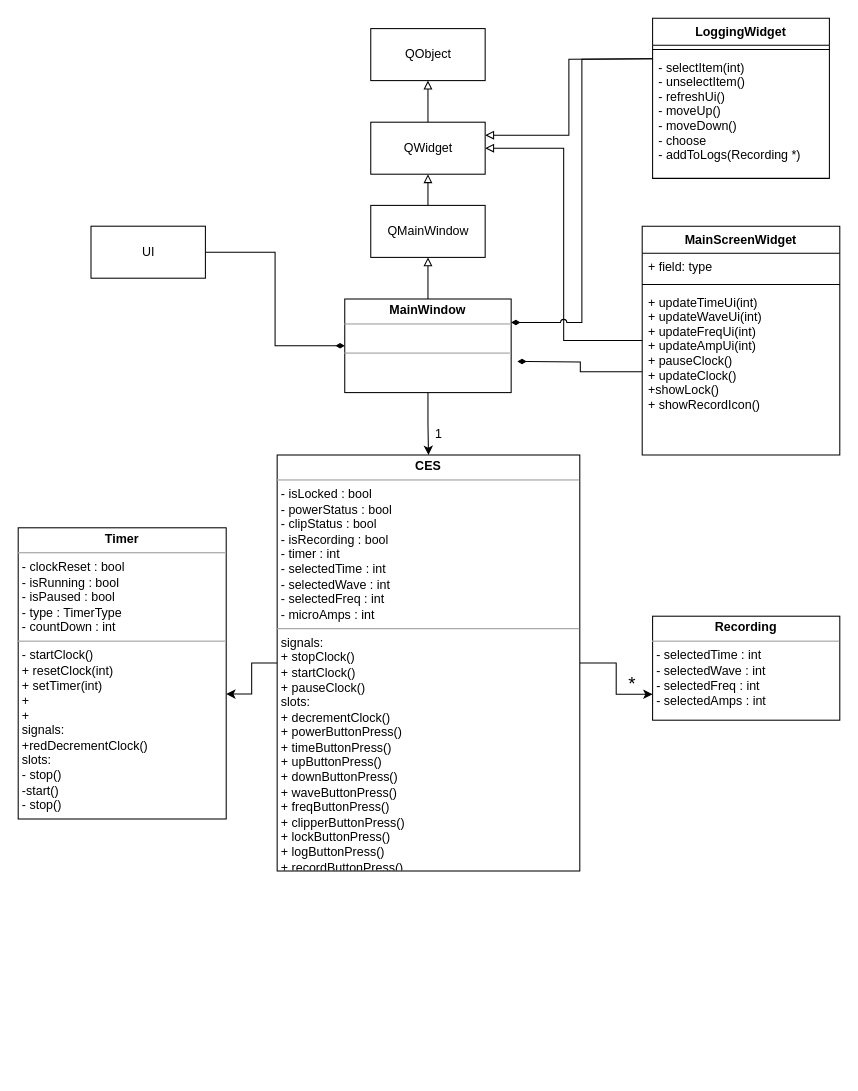
The draw.io diagram Documentation/diagrams.drawio in willwright1213/CESSimulator, before the edit. Source tidied: cells renumbered, new cells numbered last; positions are measured from the earlier drawing's top-left corner, leaving out a move shared by most shapes. Both pictures are drawn from the tidied source at 104%, with x=0, y=0 at pixel (18, 18).
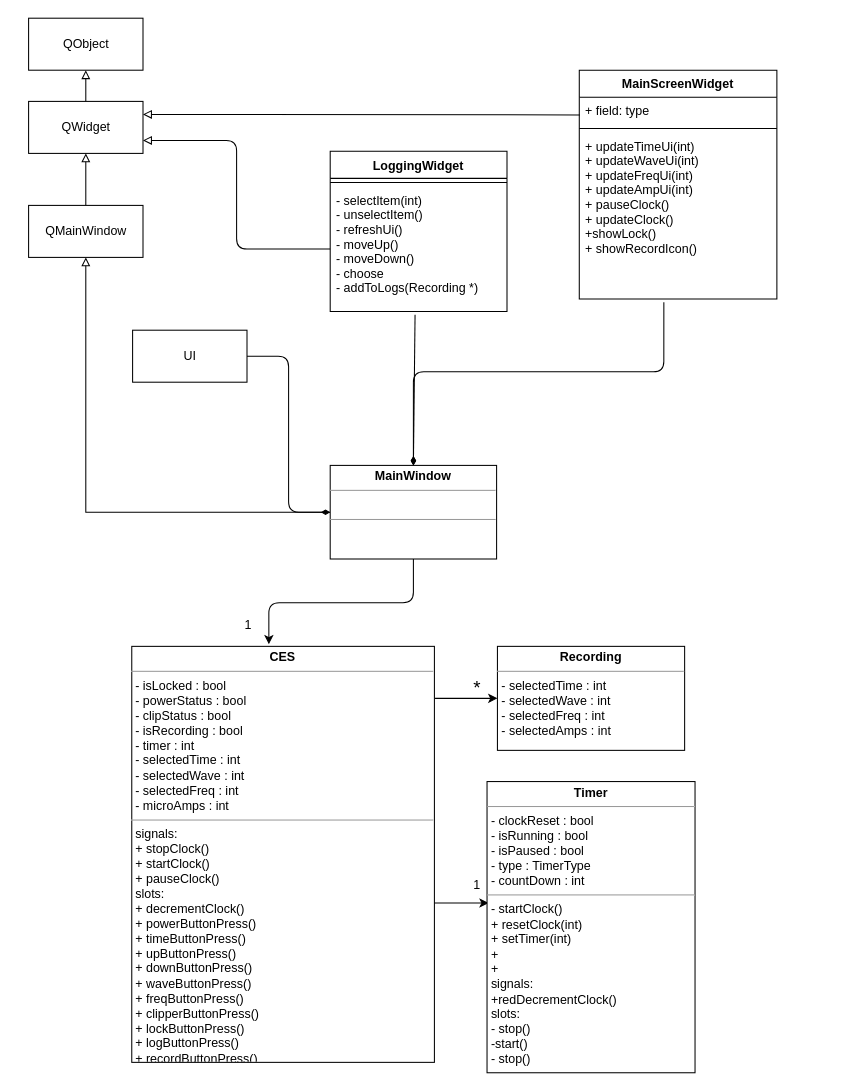
After the change.

Commit message (it also covers changes not shown here):
adjusted uml diagram arragement

Unchanged cells that the change refers to:
```xml
<mxCell id="23" value="+ updateTimeUi(int)&#10;+ updateWaveUi(int)&#10;+ updateFreqUi(int)&#10;+ updateAmpUi(int)&#10;+ pauseClock()&#10;+ updateClock()&#10;+showLock()&#10;+ showRecordIcon()&#10;" style="text;strokeColor=none;fillColor=none;align=left;verticalAlign=top;spacingLeft=4;spacingRight=4;overflow=hidden;points=[[0,0.5],[1,0.5]];portConstraint=eastwest;" parent="20" vertex="1">
  <mxGeometry y="60" width="190" height="160" as="geometry" />
</mxCell>
<mxCell id="27" value="- selectItem(int)&#10;- unselectItem()&#10;- refreshUi()&#10;- moveUp()&#10;- moveDown()&#10;- choose&#10;- addToLogs(Recording *)" style="text;strokeColor=none;fillColor=none;align=left;verticalAlign=top;spacingLeft=4;spacingRight=4;overflow=hidden;points=[[0,0.5],[1,0.5]];portConstraint=eastwest;" parent="25" vertex="1">
  <mxGeometry y="34" width="170" height="120" as="geometry" />
</mxCell>
```

What changed in the source:
```diff
@@
-    <mxCell id="3" style="edgeStyle=orthogonalEdgeStyle;rounded=0;jettySize=auto;html=1;entryX=0.5;entryY=0;entryDx=0;entryDy=0;endArrow=classic;endFill=1;" parent="1" edge="1" source="4" target="7">
+    <mxCell id="3" style="rounded=1;jettySize=auto;html=1;entryX=0.453;entryY=-0.005;entryDx=0;entryDy=0;endArrow=classic;endFill=1;entryPerimeter=0;edgeStyle=orthogonalEdgeStyle;" parent="1" edge="1" source="4" target="7">
       <mxGeometry relative="1" as="geometry" />
     </mxCell>
     <mxCell id="4" value="&lt;p style=&quot;margin: 0px ; margin-top: 4px ; text-align: center&quot;&gt;&lt;b&gt;MainWindow&lt;/b&gt;&lt;/p&gt;&lt;hr size=&quot;1&quot;&gt;&lt;p style=&quot;margin: 0px ; margin-left: 4px&quot;&gt;&lt;br&gt;&lt;/p&gt;&lt;hr size=&quot;1&quot;&gt;&lt;p style=&quot;margin: 0px ; margin-left: 4px&quot;&gt;&lt;br&gt;&lt;/p&gt;" style="verticalAlign=top;align=left;overflow=fill;fontSize=12;fontFamily=Helvetica;html=1;" parent="1" vertex="1">
-      <mxGeometry x="314" y="270" width="160" height="90" as="geometry" />
+      <mxGeometry x="300" y="430" width="160" height="90" as="geometry" />
     </mxCell>
-    <mxCell id="5" style="edgeStyle=orthogonalEdgeStyle;rounded=0;jettySize=auto;html=1;entryX=0;entryY=0.75;entryDx=0;entryDy=0;endArrow=classic;endFill=1;" parent="1" edge="1" source="7" target="8">
-      <mxGeometry relative="1" as="geometry" />
+    <mxCell id="5" style="rounded=0;jettySize=auto;html=1;entryX=0;entryY=0.5;entryDx=0;entryDy=0;endArrow=classic;endFill=1;" parent="1" edge="1" target="8">
+      <mxGeometry relative="1" as="geometry">
+        <mxPoint x="400.8" y="654" as="sourcePoint" />
+      </mxGeometry>
     </mxCell>
-    <mxCell id="6" style="edgeStyle=orthogonalEdgeStyle;rounded=0;jettySize=auto;html=1;entryX=1;entryY=0.571;entryDx=0;entryDy=0;entryPerimeter=0;endArrow=classic;endFill=1;" parent="1" edge="1" source="7" target="9">
+    <mxCell id="6" style="rounded=0;jettySize=auto;html=1;entryX=0.008;entryY=0.417;entryDx=0;entryDy=0;endArrow=classic;endFill=1;exitX=0.998;exitY=0.617;exitDx=0;exitDy=0;exitPerimeter=0;entryPerimeter=0;" parent="1" edge="1" source="7" target="9">
       <mxGeometry relative="1" as="geometry" />
     </mxCell>
     <mxCell id="7" value="&lt;p style=&quot;margin: 0px ; margin-top: 4px ; text-align: center&quot;&gt;&lt;b&gt;CES&lt;/b&gt;&lt;/p&gt;&lt;hr size=&quot;1&quot;&gt;&lt;p style=&quot;margin: 0px ; margin-left: 4px&quot;&gt;- isLocked : bool&lt;/p&gt;&lt;p style=&quot;margin: 0px ; margin-left: 4px&quot;&gt;- powerStatus : bool&lt;/p&gt;&lt;p style=&quot;margin: 0px ; margin-left: 4px&quot;&gt;- clipStatus : bool&lt;/p&gt;&lt;p style=&quot;margin: 0px ; margin-left: 4px&quot;&gt;- isRecording : bool&lt;/p&gt;&lt;p style=&quot;margin: 0px ; margin-left: 4px&quot;&gt;- timer : int&lt;/p&gt;&lt;p style=&quot;margin: 0px ; margin-left: 4px&quot;&gt;- selectedTime : int&lt;/p&gt;&lt;p style=&quot;margin: 0px ; margin-left: 4px&quot;&gt;- selectedWave : int&lt;/p&gt;&lt;p style=&quot;margin: 0px ; margin-left: 4px&quot;&gt;- selectedFreq : int&lt;/p&gt;&lt;p style=&quot;margin: 0px ; margin-left: 4px&quot;&gt;- microAmps : int&lt;/p&gt;&lt;hr size=&quot;1&quot;&gt;&lt;p style=&quot;margin: 0px ; margin-left: 4px&quot;&gt;signals:&lt;/p&gt;&lt;p style=&quot;margin: 0px ; margin-left: 4px&quot;&gt;+ stopClock()&lt;/p&gt;&lt;p style=&quot;margin: 0px ; margin-left: 4px&quot;&gt;+ startClock()&lt;/p&gt;&lt;p style=&quot;margin: 0px ; margin-left: 4px&quot;&gt;+ pauseClock()&lt;/p&gt;&lt;p style=&quot;margin: 0px ; margin-left: 4px&quot;&gt;slots:&lt;/p&gt;&lt;p style=&quot;margin: 0px ; margin-left: 4px&quot;&gt;+ decrementClock()&lt;/p&gt;&lt;p style=&quot;margin: 0px ; margin-left: 4px&quot;&gt;+ powerButtonPress()&lt;/p&gt;&lt;p style=&quot;margin: 0px ; margin-left: 4px&quot;&gt;+ timeButtonPress()&lt;/p&gt;&lt;p style=&quot;margin: 0px ; margin-left: 4px&quot;&gt;+ upButtonPress()&lt;/p&gt;&lt;p style=&quot;margin: 0px ; margin-left: 4px&quot;&gt;+ downButtonPress()&lt;/p&gt;&lt;p style=&quot;margin: 0px ; margin-left: 4px&quot;&gt;+ waveButtonPress()&lt;/p&gt;&lt;p style=&quot;margin: 0px ; margin-left: 4px&quot;&gt;+ freqButtonPress()&lt;/p&gt;&lt;p style=&quot;margin: 0px ; margin-left: 4px&quot;&gt;+ clipperButtonPress()&lt;/p&gt;&lt;p style=&quot;margin: 0px ; margin-left: 4px&quot;&gt;+ lockButtonPress()&lt;/p&gt;&lt;p style=&quot;margin: 0px ; margin-left: 4px&quot;&gt;+ logButtonPress()&lt;/p&gt;&lt;p style=&quot;margin: 0px ; margin-left: 4px&quot;&gt;+ recordButtonPress()&lt;/p&gt;" style="verticalAlign=top;align=left;overflow=fill;fontSize=12;fontFamily=Helvetica;html=1;" parent="1" vertex="1">
-      <mxGeometry x="249" y="420" width="291" height="400" as="geometry" />
+      <mxGeometry x="109.2" y="604" width="291" height="400" as="geometry" />
     </mxCell>
     <mxCell id="8" value="&lt;p style=&quot;margin: 0px ; margin-top: 4px ; text-align: center&quot;&gt;&lt;b&gt;Recording&lt;/b&gt;&lt;/p&gt;&lt;hr size=&quot;1&quot;&gt;&lt;p style=&quot;margin: 0px ; margin-left: 4px&quot;&gt;- selectedTime : int&lt;/p&gt;&lt;p style=&quot;margin: 0px ; margin-left: 4px&quot;&gt;- selectedWave : int&lt;br&gt;&lt;/p&gt;&lt;p style=&quot;margin: 0px ; margin-left: 4px&quot;&gt;- selectedFreq : int&lt;br&gt;&lt;/p&gt;&lt;p style=&quot;margin: 0px ; margin-left: 4px&quot;&gt;- selectedAmps : int&lt;br&gt;&lt;/p&gt;&lt;p style=&quot;margin: 0px ; margin-left: 4px&quot;&gt;&lt;br&gt;&lt;/p&gt;" style="verticalAlign=top;align=left;overflow=fill;fontSize=12;fontFamily=Helvetica;html=1;" parent="1" vertex="1">
-      <mxGeometry x="610" y="575" width="180" height="100" as="geometry" />
+      <mxGeometry x="460.8" y="604" width="180" height="100" as="geometry" />
     </mxCell>
     <mxCell id="9" value="&lt;p style=&quot;margin: 0px ; margin-top: 4px ; text-align: center&quot;&gt;&lt;b&gt;Timer&lt;/b&gt;&lt;/p&gt;&lt;hr size=&quot;1&quot;&gt;&lt;p style=&quot;margin: 0px ; margin-left: 4px&quot;&gt;- clockReset : bool&lt;/p&gt;&lt;p style=&quot;margin: 0px ; margin-left: 4px&quot;&gt;- isRunning : bool&lt;/p&gt;&lt;p style=&quot;margin: 0px ; margin-left: 4px&quot;&gt;- isPaused : bool&lt;/p&gt;&lt;p style=&quot;margin: 0px ; margin-left: 4px&quot;&gt;- type : TimerType&lt;/p&gt;&lt;p style=&quot;margin: 0px ; margin-left: 4px&quot;&gt;- countDown : int&lt;/p&gt;&lt;hr size=&quot;1&quot;&gt;&lt;p style=&quot;margin: 0px ; margin-left: 4px&quot;&gt;- startClock()&lt;/p&gt;&lt;p style=&quot;margin: 0px ; margin-left: 4px&quot;&gt;+ resetClock(int)&lt;/p&gt;&lt;p style=&quot;margin: 0px ; margin-left: 4px&quot;&gt;+ setTimer(int)&lt;/p&gt;&lt;p style=&quot;margin: 0px ; margin-left: 4px&quot;&gt;+&lt;/p&gt;&lt;p style=&quot;margin: 0px ; margin-left: 4px&quot;&gt;+&lt;/p&gt;&lt;p style=&quot;margin: 0px ; margin-left: 4px&quot;&gt;signals:&lt;/p&gt;&lt;p style=&quot;margin: 0px ; margin-left: 4px&quot;&gt;+redDecrementClock()&amp;nbsp;&lt;/p&gt;&lt;p style=&quot;margin: 0px ; margin-left: 4px&quot;&gt;slots:&lt;/p&gt;&lt;p style=&quot;margin: 0px ; margin-left: 4px&quot;&gt;- stop()&lt;/p&gt;&lt;p style=&quot;margin: 0px ; margin-left: 4px&quot;&gt;-start()&lt;/p&gt;&lt;p style=&quot;margin: 0px ; margin-left: 4px&quot;&gt;- stop()&lt;/p&gt;" style="verticalAlign=top;align=left;overflow=fill;fontSize=12;fontFamily=Helvetica;html=1;" parent="1" vertex="1">
-      <mxGeometry y="490" width="200" height="280" as="geometry" />
+      <mxGeometry x="450.8" y="734" width="200" height="280" as="geometry" />
     </mxCell>
     <mxCell id="10" value="QObject" style="html=1;" parent="1" vertex="1">
-      <mxGeometry x="339" y="10" width="110" height="50" as="geometry" />
+      <mxGeometry x="10" width="110" height="50" as="geometry" />
     </mxCell>
-    <mxCell id="11" style="edgeStyle=orthogonalEdgeStyle;rounded=0;jettySize=auto;html=1;entryX=0.5;entryY=1;entryDx=0;entryDy=0;endArrow=block;endFill=0;" parent="1" edge="1" source="12" target="14">
+    <mxCell id="11" style="rounded=0;jettySize=auto;html=1;entryX=0.5;entryY=1;entryDx=0;entryDy=0;endArrow=block;endFill=0;" parent="1" edge="1" source="12" target="14">
       <mxGeometry relative="1" as="geometry" />
     </mxCell>
     <mxCell id="12" value="QMainWindow" style="html=1;" parent="1" vertex="1">
-      <mxGeometry x="339" y="180" width="110" height="50" as="geometry" />
+      <mxGeometry x="10" y="180" width="110" height="50" as="geometry" />
     </mxCell>
-    <mxCell id="13" style="edgeStyle=orthogonalEdgeStyle;rounded=0;jettySize=auto;html=1;entryX=0.5;entryY=1;entryDx=0;entryDy=0;endArrow=block;endFill=0;" parent="1" edge="1" source="14" target="10">
+    <mxCell id="13" style="rounded=0;jettySize=auto;html=1;entryX=0.5;entryY=1;entryDx=0;entryDy=0;endArrow=block;endFill=0;" parent="1" edge="1" source="14" target="10">
       <mxGeometry relative="1" as="geometry" />
     </mxCell>
     <mxCell id="14" value="QWidget" style="html=1;" parent="1" vertex="1">
-      <mxGeometry x="339" y="100" width="110" height="50" as="geometry" />
+      <mxGeometry x="10" y="80" width="110" height="50" as="geometry" />
     </mxCell>
     <mxCell id="15" value="&lt;font style=&quot;font-size: 18px&quot;&gt;*&lt;/font&gt;" style="text;html=1;align=center;verticalAlign=middle;strokeColor=none;fillColor=none;" parent="1" vertex="1">
-      <mxGeometry x="580" y="630" width="20" height="20" as="geometry" />
+      <mxGeometry x="430.8" y="634" width="20" height="20" as="geometry" />
     </mxCell>
     <mxCell id="16" value="1" style="text;html=1;align=center;verticalAlign=middle;strokeColor=none;fillColor=none;" parent="1" vertex="1">
-      <mxGeometry x="394" y="390" width="20" height="20" as="geometry" />
+      <mxGeometry x="210.8" y="574" width="20" height="20" as="geometry" />
     </mxCell>
-    <mxCell id="17" style="edgeStyle=orthogonalEdgeStyle;rounded=0;jettySize=auto;html=1;entryX=0;entryY=0.5;entryDx=0;entryDy=0;endArrow=diamondThin;endFill=1;" parent="1" edge="1" source="18" target="4">
+    <mxCell id="17" style="edgeStyle=orthogonalEdgeStyle;rounded=1;jettySize=auto;html=1;entryX=0;entryY=0.5;entryDx=0;entryDy=0;endArrow=diamondThin;endFill=1;" parent="1" edge="1" source="18" target="4">
       <mxGeometry relative="1" as="geometry" />
     </mxCell>
     <mxCell id="18" value="UI" style="html=1;" parent="1" vertex="1">
-      <mxGeometry x="70" y="200" width="110" height="50" as="geometry" />
+      <mxGeometry x="110" y="300" width="110" height="50" as="geometry" />
     </mxCell>
-    <mxCell id="19" style="edgeStyle=orthogonalEdgeStyle;rounded=0;jettySize=auto;html=1;entryX=1;entryY=0.5;entryDx=0;entryDy=0;endArrow=block;endFill=0;" parent="1" edge="1" source="20" target="14">
-      <mxGeometry relative="1" as="geometry" />
+    <mxCell id="19" style="rounded=1;jettySize=auto;html=1;entryX=1;entryY=0.25;entryDx=0;entryDy=0;endArrow=block;endFill=0;" parent="1" edge="1" target="14">
+      <mxGeometry relative="1" as="geometry">
+        <mxPoint x="540" y="93" as="sourcePoint" />
+      </mxGeometry>
     </mxCell>
     <mxCell id="20" value="MainScreenWidget" style="swimlane;fontStyle=1;align=center;verticalAlign=top;horizontal=1;startSize=26;" parent="1" vertex="1">
-      <mxGeometry x="600" y="200" width="190" height="220" as="geometry" />
+      <mxGeometry x="539.5" y="50" width="190" height="220" as="geometry" />
     </mxCell>
@@
-    <mxCell id="24" style="edgeStyle=orthogonalEdgeStyle;rounded=0;jettySize=auto;html=1;endArrow=diamondThin;endFill=1;" parent="1" edge="1" source="23">
+    <mxCell id="24" style="rounded=1;jettySize=auto;html=1;endArrow=diamondThin;endFill=1;exitX=0.428;exitY=1.02;exitDx=0;exitDy=0;exitPerimeter=0;edgeStyle=orthogonalEdgeStyle;entryX=0.5;entryY=0;entryDx=0;entryDy=0;" parent="1" edge="1" source="23" target="4">
       <mxGeometry relative="1" as="geometry">
-        <mxPoint x="480" y="330" as="targetPoint" />
+        <Array as="points">
+          <mxPoint x="621" y="340" />
+          <mxPoint x="380" y="340" />
+        </Array>
       </mxGeometry>
     </mxCell>
     <mxCell id="25" value="LoggingWidget" style="swimlane;fontStyle=1;align=center;verticalAlign=top;horizontal=1;startSize=26;" parent="1" vertex="1">
-      <mxGeometry x="610" width="170" height="154" as="geometry" />
+      <mxGeometry x="300" y="128" width="170" height="154" as="geometry" />
     </mxCell>
@@
-    <mxCell id="28" style="edgeStyle=orthogonalEdgeStyle;rounded=0;jettySize=auto;html=1;entryX=1;entryY=0.25;entryDx=0;entryDy=0;endArrow=block;endFill=0;" parent="1" edge="1" target="14">
-      <mxGeometry relative="1" as="geometry">
-        <mxPoint x="610" y="39" as="sourcePoint" />
-      </mxGeometry>
+    <mxCell id="28" style="rounded=1;jettySize=auto;html=1;entryX=1;entryY=0.75;entryDx=0;entryDy=0;endArrow=block;endFill=0;exitX=0;exitY=0.5;exitDx=0;exitDy=0;edgeStyle=orthogonalEdgeStyle;" parent="1" edge="1" source="27" target="14">
+      <mxGeometry relative="1" as="geometry" />
     </mxCell>
-    <mxCell id="29" style="edgeStyle=orthogonalEdgeStyle;rounded=0;jettySize=auto;html=1;entryX=1;entryY=0.25;entryDx=0;entryDy=0;endArrow=diamondThin;endFill=1;jumpStyle=arc;" parent="1" edge="1" target="4">
-      <mxGeometry relative="1" as="geometry">
-        <mxPoint x="610" y="39" as="sourcePoint" />
-      </mxGeometry>
+    <mxCell id="29" style="rounded=0;jettySize=auto;html=1;endArrow=diamondThin;endFill=1;jumpStyle=none;exitX=0.48;exitY=1.027;exitDx=0;exitDy=0;elbow=vertical;exitPerimeter=0;entryX=0.5;entryY=0;entryDx=0;entryDy=0;" parent="1" edge="1" source="27" target="4">
+      <mxGeometry relative="1" as="geometry" />
     </mxCell>
+    <mxCell id="30" value="1" style="text;html=1;align=center;verticalAlign=middle;strokeColor=none;fillColor=none;" parent="1" vertex="1">
+      <mxGeometry x="430.8" y="824" width="20" height="20" as="geometry" />
+    </mxCell>
```
